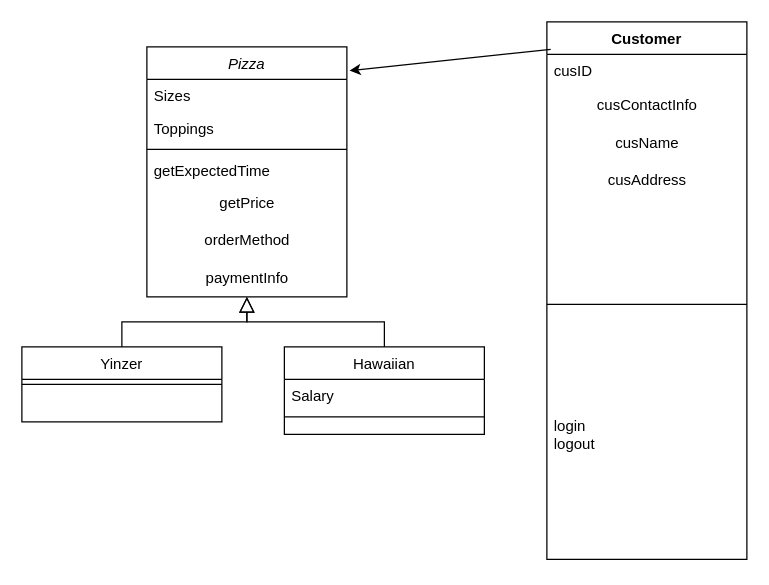
Earlier version of the draw.io diagram Class exercise pizza.drawio (sirfan123/1530). Source tidied: cells renumbered, new cells numbered last; positions are measured from the earlier drawing's top-left corner, leaving out a move shared by most shapes. Both pictures are drawn from the tidied source at 125%, with x=0, y=0 at pixel (21, 21).
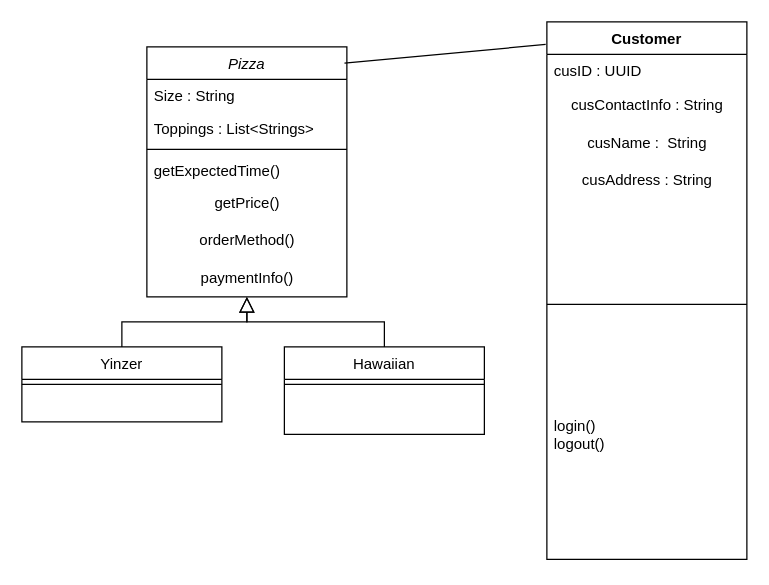
After the change.

The change refers to these unchanged cells:
```xml
<mxCell id="2" value="Pizza" style="swimlane;fontStyle=2;align=center;verticalAlign=top;horizontal=1;startSize=26;rounded=0;shadow=0;strokeWidth=1;" parent="1" vertex="1">
  <mxGeometry x="100" y="20" width="160" height="200" as="geometry" />
</mxCell>
<mxCell id="13" value="Hawaiian" style="swimlane;fontStyle=0;align=center;verticalAlign=top;horizontal=1;startSize=26;rounded=0;shadow=0;strokeWidth=1;" parent="1" vertex="1">
  <mxGeometry x="210" y="260" width="160" height="70" as="geometry" />
</mxCell>
<mxCell id="17" value="Customer" style="swimlane;fontStyle=1;align=center;verticalAlign=top;horizontal=1;startSize=26;whiteSpace=wrap;html=1;" parent="1" vertex="1">
  <mxGeometry x="420" width="160" height="430" as="geometry" />
</mxCell>
```

Diff of the diagram source:
```diff
@@
-    <mxCell id="3" value="Sizes" style="text;align=left;verticalAlign=top;spacingLeft=4;spacingRight=4;overflow=hidden;" parent="2" vertex="1">
+    <mxCell id="3" value="Size : String" style="text;align=left;verticalAlign=top;spacingLeft=4;spacingRight=4;overflow=hidden;" parent="2" vertex="1">
       <mxGeometry y="26" width="160" height="26" as="geometry" />
     </mxCell>
-    <mxCell id="4" value="Toppings" style="text;align=left;verticalAlign=top;spacingLeft=4;spacingRight=4;overflow=hidden;rounded=0;shadow=0;html=0;" parent="2" vertex="1">
+    <mxCell id="4" value="Toppings : List&lt;Strings&gt;" style="text;align=left;verticalAlign=top;spacingLeft=4;spacingRight=4;overflow=hidden;rounded=0;shadow=0;html=0;" parent="2" vertex="1">
       <mxGeometry y="52" width="160" height="26" as="geometry" />
     </mxCell>
@@
-    <mxCell id="6" value="getExpectedTime" style="text;align=left;verticalAlign=top;spacingLeft=4;spacingRight=4;overflow=hidden;" parent="2" vertex="1">
+    <mxCell id="6" value="getExpectedTime()" style="text;align=left;verticalAlign=top;spacingLeft=4;spacingRight=4;overflow=hidden;" parent="2" vertex="1">
       <mxGeometry y="86" width="160" height="24" as="geometry" />
     </mxCell>
-    <mxCell id="7" value="getPrice" style="text;html=1;align=center;verticalAlign=middle;strokeColor=none;fillColor=none;" parent="2" vertex="1">
+    <mxCell id="7" value="getPrice()" style="text;html=1;align=center;verticalAlign=middle;strokeColor=none;fillColor=none;" parent="2" vertex="1">
       <mxGeometry y="110" width="160" height="30" as="geometry" />
     </mxCell>
-    <mxCell id="8" value="orderMethod" style="text;html=1;align=center;verticalAlign=middle;strokeColor=none;fillColor=none;" parent="2" vertex="1">
+    <mxCell id="8" value="orderMethod()" style="text;html=1;align=center;verticalAlign=middle;strokeColor=none;fillColor=none;" parent="2" vertex="1">
       <mxGeometry y="140" width="160" height="30" as="geometry" />
     </mxCell>
-    <mxCell id="9" value="paymentInfo" style="text;html=1;align=center;verticalAlign=middle;strokeColor=none;fillColor=none;" parent="2" vertex="1">
+    <mxCell id="9" value="paymentInfo()" style="text;html=1;align=center;verticalAlign=middle;strokeColor=none;fillColor=none;" parent="2" vertex="1">
       <mxGeometry y="170" width="160" height="30" as="geometry" />
     </mxCell>
@@
-    <mxCell id="14" value="Salary" style="text;align=left;verticalAlign=top;spacingLeft=4;spacingRight=4;overflow=hidden;" parent="13" vertex="1">
-      <mxGeometry y="26" width="160" height="26" as="geometry" />
-    </mxCell>
     <mxCell id="15" style="line;html=1;strokeWidth=1;align=left;verticalAlign=middle;spacingTop=-1;spacingLeft=3;spacingRight=3;labelPosition=right;" parent="13" vertex="1">
-      <mxGeometry y="52" width="160" height="8" as="geometry" />
+      <mxGeometry y="26" width="160" height="8" as="geometry" />
     </mxCell>
@@
-    <mxCell id="18" value="cusID" style="text;strokeColor=none;fillColor=none;align=left;verticalAlign=top;spacingLeft=4;spacingRight=4;overflow=hidden;whiteSpace=wrap;html=1;" parent="17" vertex="1">
+    <mxCell id="18" value="cusID : UUID" style="text;strokeColor=none;fillColor=none;align=left;verticalAlign=top;spacingLeft=4;spacingRight=4;overflow=hidden;whiteSpace=wrap;html=1;" parent="17" vertex="1">
       <mxGeometry y="26" width="160" height="26" as="geometry" />
     </mxCell>
-    <mxCell id="19" value="cusContactInfo" style="text;html=1;align=center;verticalAlign=middle;strokeColor=none;fillColor=none;" parent="17" vertex="1">
+    <mxCell id="19" value="cusContactInfo : String" style="text;html=1;align=center;verticalAlign=middle;strokeColor=none;fillColor=none;" parent="17" vertex="1">
       <mxGeometry y="52" width="160" height="30" as="geometry" />
     </mxCell>
-    <mxCell id="20" value="cusName" style="text;html=1;align=center;verticalAlign=middle;strokeColor=none;fillColor=none;" parent="17" vertex="1">
+    <mxCell id="20" value="cusName : &amp;nbsp;String" style="text;html=1;align=center;verticalAlign=middle;strokeColor=none;fillColor=none;" parent="17" vertex="1">
       <mxGeometry y="82" width="160" height="30" as="geometry" />
     </mxCell>
-    <mxCell id="21" value="cusAddress" style="text;html=1;align=center;verticalAlign=middle;strokeColor=none;fillColor=none;" parent="17" vertex="1">
+    <mxCell id="21" value="cusAddress : String" style="text;html=1;align=center;verticalAlign=middle;strokeColor=none;fillColor=none;" parent="17" vertex="1">
       <mxGeometry y="112" width="160" height="30" as="geometry" />
     </mxCell>
@@
-    <mxCell id="23" value="login&lt;br&gt;logout&lt;br&gt;" style="text;strokeColor=none;fillColor=none;align=left;verticalAlign=top;spacingLeft=4;spacingRight=4;overflow=hidden;whiteSpace=wrap;html=1;" parent="17" vertex="1">
+    <mxCell id="23" value="login()&lt;br&gt;logout()" style="text;strokeColor=none;fillColor=none;align=left;verticalAlign=top;spacingLeft=4;spacingRight=4;overflow=hidden;whiteSpace=wrap;html=1;" parent="17" vertex="1">
       <mxGeometry y="310" width="160" height="120" as="geometry" />
     </mxCell>
-    <mxCell id="24" style="endArrow=classic;html=1;rounded=0;entryX=1.013;entryY=0.095;entryDx=0;entryDy=0;entryPerimeter=0;exitX=0.019;exitY=0.051;exitDx=0;exitDy=0;exitPerimeter=0;" parent="1" edge="1" source="17" target="2">
-      <mxGeometry relative="1" as="geometry" />
-    </mxCell>
+    <mxCell id="25" style="endArrow=none;html=1;rounded=0;exitX=0.988;exitY=0.065;exitDx=0;exitDy=0;exitPerimeter=0;entryX=-0.006;entryY=0.042;entryDx=0;entryDy=0;entryPerimeter=0;" parent="1" edge="1" source="2" target="17">
+      <mxGeometry relative="1" as="geometry" />
+    </mxCell>
```
